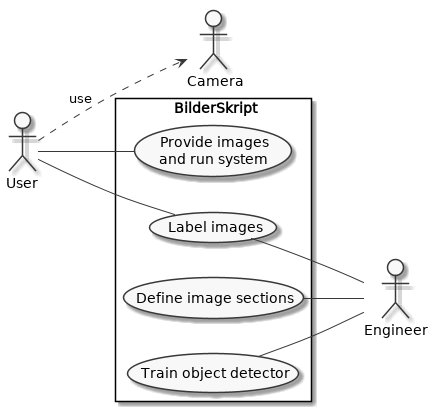
Before: docs/uml/systemdesign.png, a diagram exported from PlantUML (cdeck3r/BilderSkript).
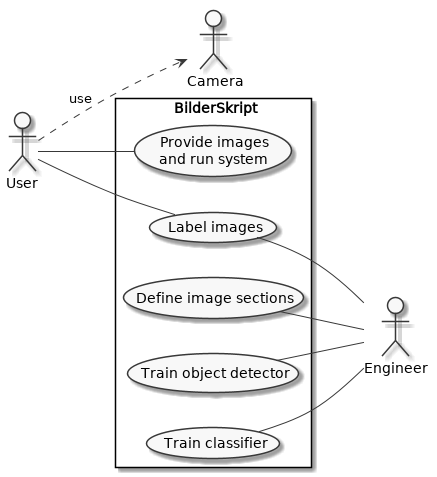
The same file after the commit.

Change to the diagram source:
```diff
@@ -18,6 +18,7 @@
     (Define image sections) -- Engineer
     (Label images) -- Engineer
     (Train object detector) -- Engineer
+    (Train classifier) -- Engineer
 }
 
 
```
